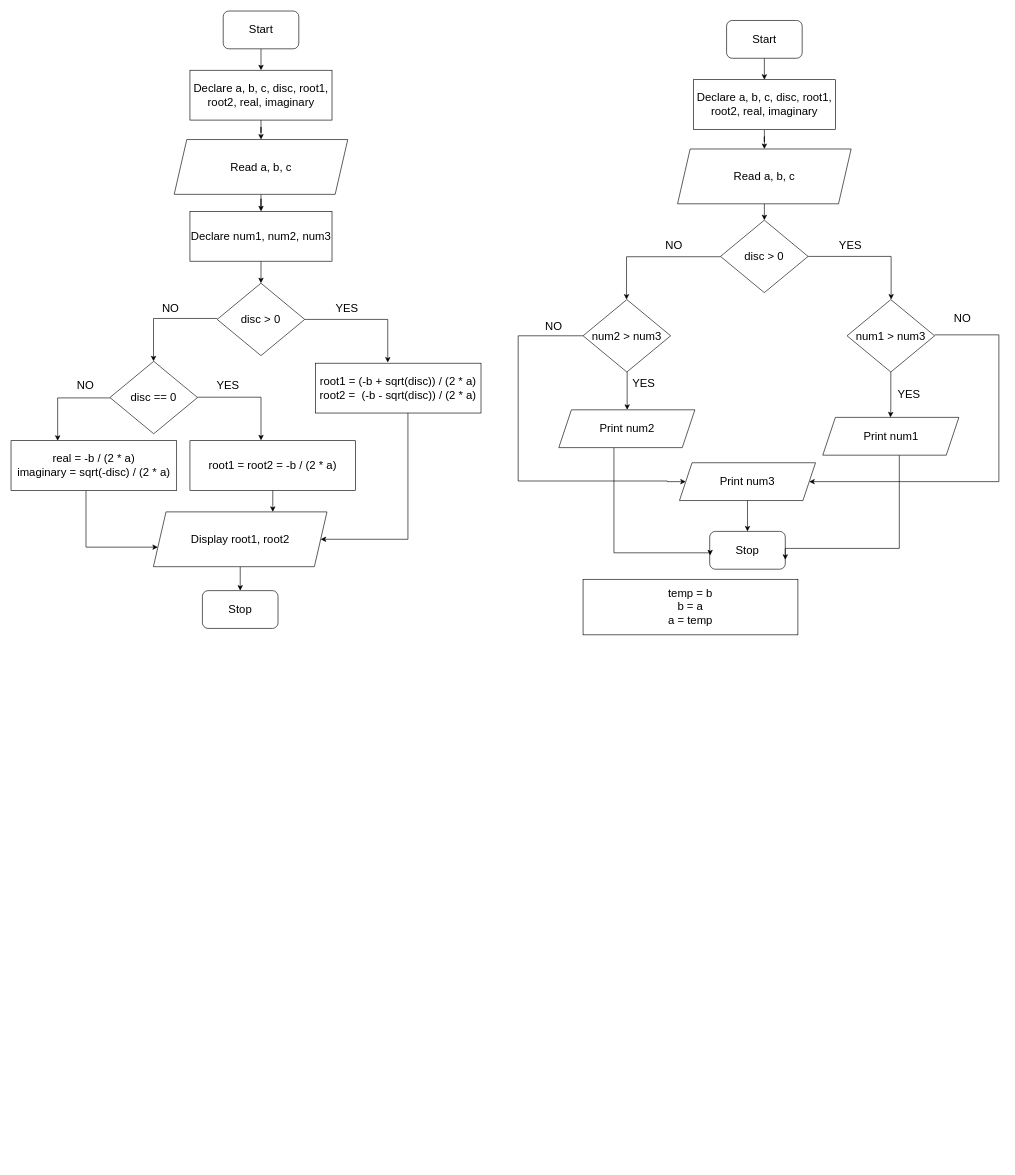
rustybladez/flowcharts keeps this draw.io diagram as Untitled Diagram.drawio. Above is the earlier version. Source tidied: cells renumbered, new cells numbered last; positions are measured from the earlier drawing's top-left corner, leaving out a move shared by most shapes. Both pictures are drawn from the tidied source at 63%, with x=0, y=0 at pixel (11, 11).
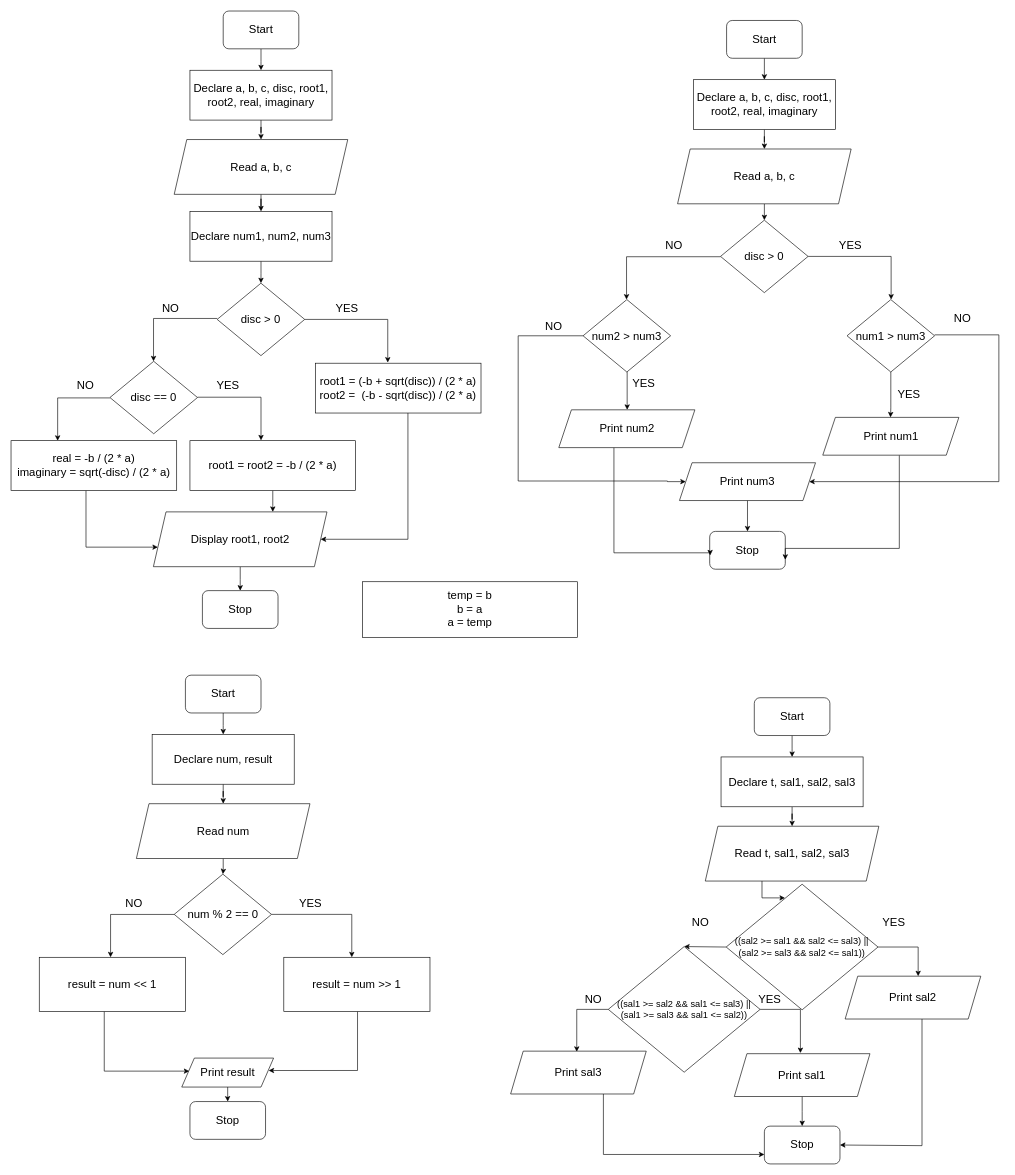
The same diagram, later.

What changed in the source:
```diff
@@
     <mxCell id="7" value="temp = b&lt;br&gt;b = a&lt;br&gt;a = temp" style="rounded=0;whiteSpace=wrap;html=1;fontSize=18;" parent="1" vertex="1">
-      <mxGeometry x="908" y="902" width="341" height="88.2" as="geometry" />
+      <mxGeometry x="558" y="905.9" width="341" height="88.2" as="geometry" />
     </mxCell>
@@
+    <mxCell id="60" style="edgeStyle=orthogonalEdgeStyle;rounded=0;jettySize=auto;html=1;fontSize=18;" parent="1" edge="1" source="61" target="63">
+      <mxGeometry relative="1" as="geometry" />
+    </mxCell>
+    <mxCell id="61" value="Declare&amp;nbsp;t, sal1, sal2, sal3" style="rounded=0;whiteSpace=wrap;html=1;fontSize=18;" parent="1" vertex="1">
+      <mxGeometry x="1127" y="1184" width="225.5" height="79.1" as="geometry" />
+    </mxCell>
+    <mxCell id="62" style="edgeStyle=orthogonalEdgeStyle;rounded=0;jettySize=auto;html=1;fontSize=18;entryX=0.387;entryY=0.109;entryDx=0;entryDy=0;entryPerimeter=0;" parent="1" edge="1" source="63" target="67">
+      <mxGeometry relative="1" as="geometry">
+        <Array as="points">
+          <mxPoint x="1192" y="1408" />
+        </Array>
+      </mxGeometry>
+    </mxCell>
+    <mxCell id="63" value="Read&amp;nbsp;t, sal1, sal2, sal3" style="shape=parallelogram;perimeter=parallelogramPerimeter;whiteSpace=wrap;html=1;fixedSize=1;fontSize=18;" parent="1" vertex="1">
+      <mxGeometry x="1102" y="1294" width="275.5" height="87" as="geometry" />
+    </mxCell>
+    <mxCell id="64" style="edgeStyle=orthogonalEdgeStyle;rounded=0;jettySize=auto;html=1;fontSize=18;" parent="1" edge="1" source="65" target="61">
+      <mxGeometry relative="1" as="geometry" />
+    </mxCell>
+    <mxCell id="65" value="Start" style="rounded=1;whiteSpace=wrap;html=1;fontSize=18;" parent="1" vertex="1">
+      <mxGeometry x="1179.8" y="1090" width="120" height="60" as="geometry" />
+    </mxCell>
+    <mxCell id="66" style="edgeStyle=orthogonalEdgeStyle;rounded=0;jettySize=auto;html=1;fontSize=18;entryX=0.5;entryY=0;entryDx=0;entryDy=0;exitX=1;exitY=0.5;exitDx=0;exitDy=0;" parent="1" edge="1" source="67">
+      <mxGeometry relative="1" as="geometry">
+        <mxPoint x="1439.9" y="1532" as="targetPoint" />
+        <Array as="points">
+          <mxPoint x="1440" y="1486" />
+        </Array>
+      </mxGeometry>
+    </mxCell>
+    <mxCell id="67" value="&lt;font face=&quot;Arial&quot;&gt;&lt;span style=&quot;font-size: 14.6667px;&quot;&gt;((sal2 &amp;gt;= sal1 &amp;amp;&amp;amp; sal2 &amp;lt;= sal3) || (sal2 &amp;gt;= sal3 &amp;amp;&amp;amp; sal2 &amp;lt;= sal1))&lt;/span&gt;&lt;/font&gt;" style="rhombus;whiteSpace=wrap;html=1;" parent="1" vertex="1">
+      <mxGeometry x="1135.2" y="1386" width="241" height="199.4" as="geometry" />
+    </mxCell>
+    <mxCell id="68" value="YES" style="text;html=1;align=center;verticalAlign=middle;strokeColor=none;fillColor=none;fontSize=18;" parent="1" vertex="1">
+      <mxGeometry x="1377.5" y="1434" width="46" height="26" as="geometry" />
+    </mxCell>
+    <mxCell id="69" style="edgeStyle=orthogonalEdgeStyle;rounded=0;jettySize=auto;html=1;fontSize=18;entryX=0.5;entryY=0;entryDx=0;entryDy=0;exitX=0;exitY=0.5;exitDx=0;exitDy=0;" parent="1" edge="1" source="67" target="82">
+      <mxGeometry relative="1" as="geometry">
+        <Array as="points">
+          <mxPoint x="1132" y="1486" />
+        </Array>
+      </mxGeometry>
+    </mxCell>
+    <mxCell id="70" value="NO" style="text;html=1;align=center;verticalAlign=middle;strokeColor=none;fillColor=none;fontSize=18;" parent="1" vertex="1">
+      <mxGeometry x="1075.9" y="1434" width="37" height="26" as="geometry" />
+    </mxCell>
+    <mxCell id="71" style="edgeStyle=orthogonalEdgeStyle;rounded=0;jettySize=auto;html=1;fontSize=18;entryX=1;entryY=0.5;entryDx=0;entryDy=0;" parent="1" edge="1" source="72" target="81">
+      <mxGeometry relative="1" as="geometry">
+        <Array as="points">
+          <mxPoint x="1446" y="1801" />
+          <mxPoint x="1316" y="1801" />
+        </Array>
+      </mxGeometry>
+    </mxCell>
+    <mxCell id="72" value="Print sal2" style="shape=parallelogram;perimeter=parallelogramPerimeter;whiteSpace=wrap;html=1;fixedSize=1;fontSize=18;" parent="1" vertex="1">
+      <mxGeometry x="1324" y="1532" width="215.3" height="68" as="geometry" />
+    </mxCell>
+    <mxCell id="73" style="edgeStyle=orthogonalEdgeStyle;rounded=0;jettySize=auto;html=1;fontSize=18;exitX=1;exitY=0.5;exitDx=0;exitDy=0;" parent="1" edge="1" source="82">
+      <mxGeometry relative="1" as="geometry">
+        <mxPoint x="1253" y="1654" as="targetPoint" />
+        <Array as="points">
+          <mxPoint x="1253" y="1585" />
+        </Array>
+      </mxGeometry>
+    </mxCell>
+    <mxCell id="74" value="YES" style="text;html=1;align=center;verticalAlign=middle;strokeColor=none;fillColor=none;fontSize=18;" parent="1" vertex="1">
+      <mxGeometry x="1181.2" y="1556" width="46" height="26" as="geometry" />
+    </mxCell>
+    <mxCell id="75" style="edgeStyle=orthogonalEdgeStyle;rounded=0;jettySize=auto;html=1;fontSize=18;exitX=0;exitY=0.5;exitDx=0;exitDy=0;" parent="1" edge="1" source="82">
+      <mxGeometry relative="1" as="geometry">
+        <mxPoint x="898" y="1652" as="targetPoint" />
+        <Array as="points">
+          <mxPoint x="898" y="1585" />
+        </Array>
+      </mxGeometry>
+    </mxCell>
+    <mxCell id="76" value="NO" style="text;html=1;align=center;verticalAlign=middle;strokeColor=none;fillColor=none;fontSize=18;" parent="1" vertex="1">
+      <mxGeometry x="905.8" y="1556" width="37" height="26" as="geometry" />
+    </mxCell>
+    <mxCell id="77" style="edgeStyle=orthogonalEdgeStyle;rounded=0;jettySize=auto;html=1;fontSize=18;" parent="1" edge="1" source="78" target="81">
+      <mxGeometry relative="1" as="geometry" />
+    </mxCell>
+    <mxCell id="78" value="Print sal1" style="shape=parallelogram;perimeter=parallelogramPerimeter;whiteSpace=wrap;html=1;fixedSize=1;fontSize=18;" parent="1" vertex="1">
+      <mxGeometry x="1148.1" y="1655" width="215.3" height="68" as="geometry" />
+    </mxCell>
+    <mxCell id="79" style="edgeStyle=orthogonalEdgeStyle;rounded=0;jettySize=auto;html=1;fontSize=18;entryX=0;entryY=0.75;entryDx=0;entryDy=0;exitX=0.684;exitY=1;exitDx=0;exitDy=0;exitPerimeter=0;" parent="1" edge="1" source="80" target="81">
+      <mxGeometry relative="1" as="geometry">
+        <Array as="points">
+          <mxPoint x="940" y="1815" />
+        </Array>
+      </mxGeometry>
+    </mxCell>
+    <mxCell id="80" value="Print sal3" style="shape=parallelogram;perimeter=parallelogramPerimeter;whiteSpace=wrap;html=1;fixedSize=1;fontSize=18;" parent="1" vertex="1">
+      <mxGeometry x="793" y="1651" width="215.3" height="68" as="geometry" />
+    </mxCell>
+    <mxCell id="81" value="Stop" style="rounded=1;whiteSpace=wrap;html=1;fontSize=18;" parent="1" vertex="1">
+      <mxGeometry x="1195.8" y="1770" width="120" height="60" as="geometry" />
+    </mxCell>
+    <mxCell id="82" value="&lt;font face=&quot;Arial&quot;&gt;&lt;span style=&quot;font-size: 14.6667px;&quot;&gt;((sal1 &amp;gt;= sal2 &amp;amp;&amp;amp; sal1 &amp;lt;= sal3) || (sal1 &amp;gt;= sal3 &amp;amp;&amp;amp; sal1 &amp;lt;= sal2))&lt;/span&gt;&lt;/font&gt;" style="rhombus;whiteSpace=wrap;html=1;" parent="1" vertex="1">
+      <mxGeometry x="948" y="1485" width="241" height="199.4" as="geometry" />
+    </mxCell>
+    <mxCell id="83" style="edgeStyle=orthogonalEdgeStyle;rounded=0;jettySize=auto;html=1;fontSize=18;" parent="1" edge="1" source="84" target="86">
+      <mxGeometry relative="1" as="geometry" />
+    </mxCell>
+    <mxCell id="84" value="Declare num, result" style="rounded=0;whiteSpace=wrap;html=1;fontSize=18;" parent="1" vertex="1">
+      <mxGeometry x="224" y="1148.2" width="225.5" height="79.1" as="geometry" />
+    </mxCell>
+    <mxCell id="85" style="edgeStyle=orthogonalEdgeStyle;rounded=0;jettySize=auto;html=1;fontSize=18;" parent="1" edge="1" source="86" target="90">
+      <mxGeometry relative="1" as="geometry" />
+    </mxCell>
+    <mxCell id="86" value="Read num" style="shape=parallelogram;perimeter=parallelogramPerimeter;whiteSpace=wrap;html=1;fixedSize=1;fontSize=18;" parent="1" vertex="1">
+      <mxGeometry x="199" y="1258.2" width="275.5" height="87" as="geometry" />
+    </mxCell>
+    <mxCell id="87" style="edgeStyle=orthogonalEdgeStyle;rounded=0;jettySize=auto;html=1;fontSize=18;" parent="1" edge="1" source="88" target="84">
+      <mxGeometry relative="1" as="geometry" />
+    </mxCell>
+    <mxCell id="88" value="Start" style="rounded=1;whiteSpace=wrap;html=1;fontSize=18;" parent="1" vertex="1">
+      <mxGeometry x="276.8" y="1054.2" width="120" height="60" as="geometry" />
+    </mxCell>
+    <mxCell id="89" style="edgeStyle=orthogonalEdgeStyle;rounded=0;jettySize=auto;html=1;fontSize=18;entryX=0.5;entryY=0;entryDx=0;entryDy=0;exitX=1;exitY=0.5;exitDx=0;exitDy=0;" parent="1" edge="1" source="90">
+      <mxGeometry relative="1" as="geometry">
+        <mxPoint x="540.9" y="1502" as="targetPoint" />
+        <Array as="points">
+          <mxPoint x="540.9" y="1434" />
+        </Array>
+      </mxGeometry>
+    </mxCell>
+    <mxCell id="90" value="&lt;span style=&quot;font-size: 18px;&quot;&gt;num % 2 == 0&lt;/span&gt;" style="rhombus;whiteSpace=wrap;html=1;" parent="1" vertex="1">
+      <mxGeometry x="259" y="1370" width="154.5" height="127.8" as="geometry" />
+    </mxCell>
+    <mxCell id="91" value="YES" style="text;html=1;align=center;verticalAlign=middle;strokeColor=none;fillColor=none;fontSize=18;" parent="1" vertex="1">
+      <mxGeometry x="452.4" y="1404" width="46" height="26" as="geometry" />
+    </mxCell>
+    <mxCell id="92" style="edgeStyle=orthogonalEdgeStyle;rounded=0;orthogonalLoop=1;jettySize=auto;html=1;fontSize=18;" parent="1" edge="1">
+      <mxGeometry relative="1" as="geometry">
+        <mxPoint x="259" y="1434" as="sourcePoint" />
+        <mxPoint x="158" y="1502" as="targetPoint" />
+        <Array as="points">
+          <mxPoint x="158" y="1434" />
+        </Array>
+      </mxGeometry>
+    </mxCell>
+    <mxCell id="93" value="NO" style="text;html=1;align=center;verticalAlign=middle;strokeColor=none;fillColor=none;fontSize=18;" parent="1" vertex="1">
+      <mxGeometry x="176.9" y="1404" width="37" height="26" as="geometry" />
+    </mxCell>
+    <mxCell id="94" style="edgeStyle=orthogonalEdgeStyle;rounded=0;jettySize=auto;html=1;fontSize=18;entryX=0.946;entryY=0.429;entryDx=0;entryDy=0;entryPerimeter=0;" parent="1" edge="1" target="100">
+      <mxGeometry relative="1" as="geometry">
+        <mxPoint x="550" y="1588" as="sourcePoint" />
+        <Array as="points">
+          <mxPoint x="550" y="1682" />
+        </Array>
+      </mxGeometry>
+    </mxCell>
+    <mxCell id="95" style="edgeStyle=orthogonalEdgeStyle;rounded=0;orthogonalLoop=1;jettySize=auto;html=1;fontSize=18;entryX=-0.008;entryY=0.328;entryDx=0;entryDy=0;entryPerimeter=0;" parent="1" edge="1">
+      <mxGeometry relative="1" as="geometry">
+        <mxPoint x="148" y="1588" as="sourcePoint" />
+        <mxPoint x="283" y="1682.7" as="targetPoint" />
+        <Array as="points">
+          <mxPoint x="148" y="1683" />
+        </Array>
+      </mxGeometry>
+    </mxCell>
+    <mxCell id="96" value="result = num &amp;gt;&amp;gt; 1" style="rounded=0;whiteSpace=wrap;html=1;fontSize=18;" parent="1" vertex="1">
+      <mxGeometry x="433" y="1502" width="232" height="86" as="geometry" />
+    </mxCell>
+    <mxCell id="97" value="result = num &amp;lt;&amp;lt; 1" style="rounded=0;whiteSpace=wrap;html=1;fontSize=18;" parent="1" vertex="1">
+      <mxGeometry x="44.8" y="1502" width="232" height="86" as="geometry" />
+    </mxCell>
+    <mxCell id="98" value="Stop" style="rounded=1;whiteSpace=wrap;html=1;fontSize=18;" parent="1" vertex="1">
+      <mxGeometry x="284" y="1731" width="120" height="60" as="geometry" />
+    </mxCell>
+    <mxCell id="99" style="edgeStyle=orthogonalEdgeStyle;rounded=0;jettySize=auto;html=1;fontSize=18;" parent="1" edge="1" source="100" target="98">
+      <mxGeometry relative="1" as="geometry" />
+    </mxCell>
+    <mxCell id="100" value="Print result" style="shape=parallelogram;perimeter=parallelogramPerimeter;whiteSpace=wrap;html=1;fixedSize=1;fontSize=18;" parent="1" vertex="1">
+      <mxGeometry x="271" y="1662" width="145.8" height="46" as="geometry" />
+    </mxCell>
```
